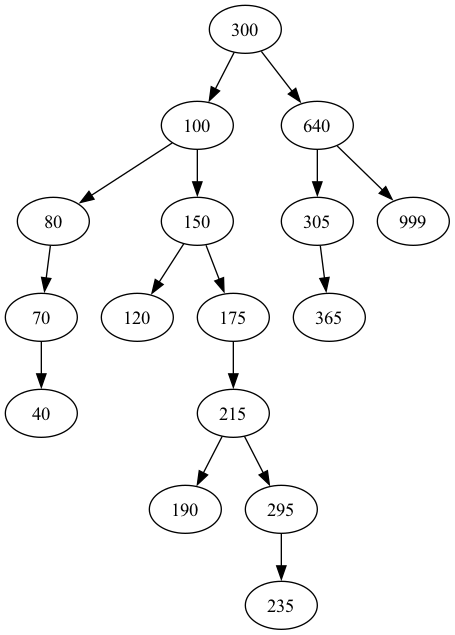
The Graphviz diagram grafica_arbol.png in Edwinhndz/201807124_EDD_Proyecto, before a commit. Its source is kept beside it as grafica_arbol.dot.
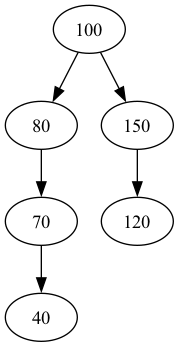
The same diagram one commit later.

The edit, as a diff of the source:
```diff
@@ -1,7 +1,4 @@
 digraph G {
-X10000123[label ="300"];
-X10000123->X20000123;
-X20000123[label ="100"];
 X20000123[label ="100"];
 X20000123->X60000123;
 X60000123[label ="80"];
@@ -17,31 +14,4 @@
 X30000123[label ="150"];
 X30000123->X04000123;
 X04000123[label ="120"];
-X30000123[label ="150"];
-X30000123->X50000123;
-X50000123[label ="175"];
-X50000123[label ="175"];
-X50000123->X70000123;
-X70000123[label ="215"];
-X70000123[label ="215"];
-X70000123->X03000123;
-X03000123[label ="190"];
-X70000123[label ="215"];
-X70000123->X80000123;
-X80000123[label ="295"];
-X80000123[label ="295"];
-X80000123->X01000123;
-X01000123[label ="235"];
-X10000123[label ="300"];
-X10000123->X40000123;
-X40000123[label ="640"];
-X40000123[label ="640"];
-X40000123->X02000123;
-X02000123[label ="305"];
-X02000123[label ="305"];
-X02000123->X06000123;
-X06000123[label ="365"];
-X40000123[label ="640"];
-X40000123->X07000123;
-X07000123[label ="999"];
  }
```
